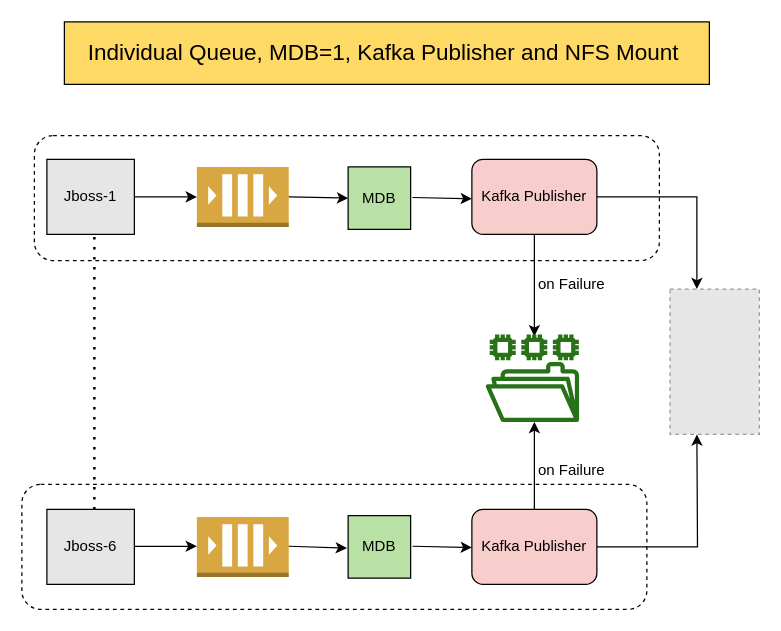
Above: page "Individual Local Queue" (1 of 4) of Untitled Diagram.drawio in tsahaca/Project5 (draw.io), before the change. Source tidied: cells renumbered, new cells numbered last; positions are measured from the earlier drawing's top-left corner, leaving out a move shared by most shapes. Both pictures are drawn from the tidied source at 125%, with x=0, y=0 at pixel (21, 21). Pictures stored in the file or linked from it are replaced by grey dashed boxes.
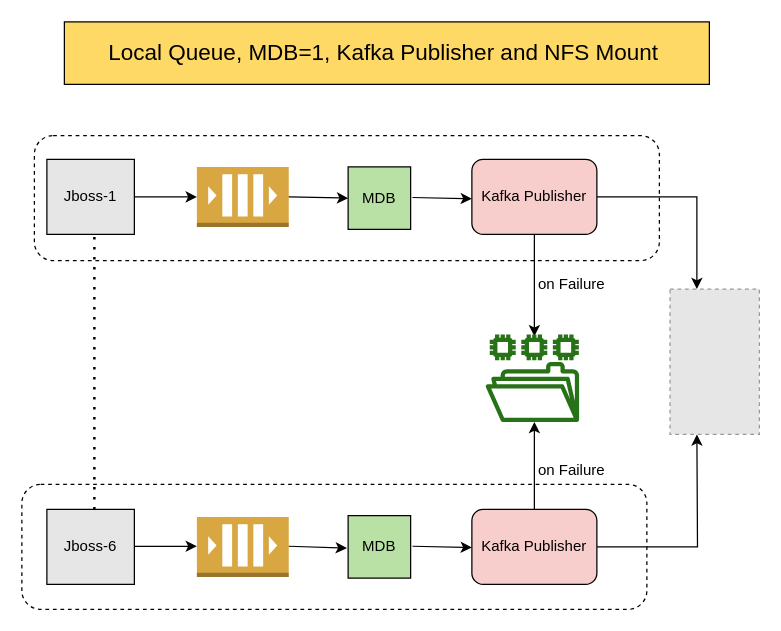
After the change.

Diff of the diagram source:
```diff
@@
-    <mxCell id="22" value="Individual Queue, MDB=1, Kafka Publisher and NFS Mount&amp;nbsp;" style="text;html=1;align=center;verticalAlign=middle;whiteSpace=wrap;rounded=0;fontStyle=0;fontSize=18;strokeColor=#000000;fillColor=#FFD966;" parent="1" vertex="1">
+    <mxCell id="22" value="Local Queue, MDB=1, Kafka Publisher and NFS Mount&amp;nbsp;" style="text;html=1;align=center;verticalAlign=middle;whiteSpace=wrap;rounded=0;fontStyle=0;fontSize=18;strokeColor=#000000;fillColor=#FFD966;" parent="1" vertex="1">
       <mxGeometry x="34" width="516" height="50" as="geometry" />
     </mxCell>
```
